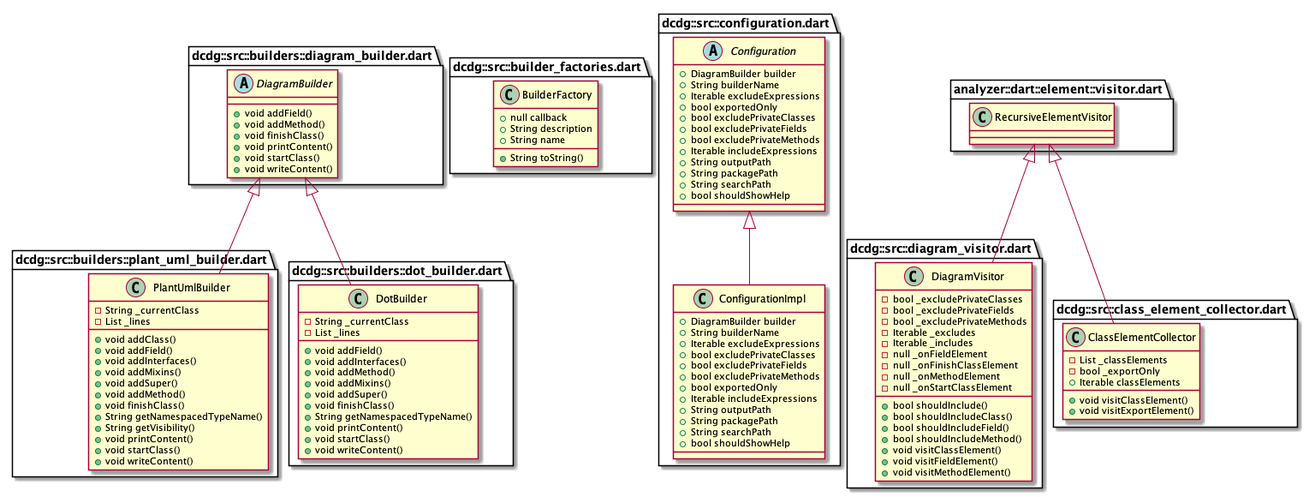
glesica/dcdg.dart keeps this PlantUML diagram as example/dcdg.png. Above is the earlier version.
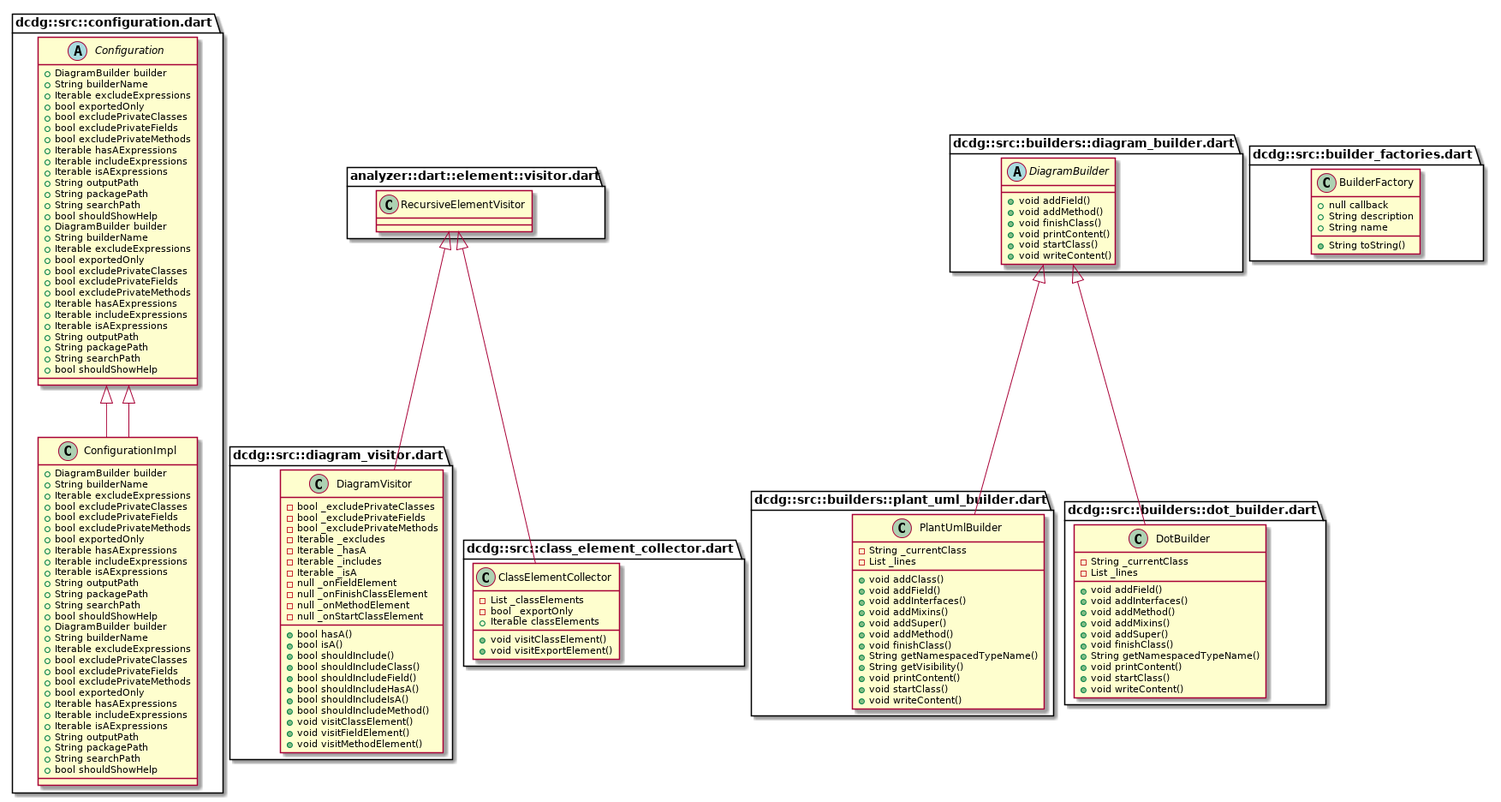
After the change.

Diff of the diagram source:
```diff
@@ -1,5 +1,111 @@
 @startuml
 set namespaceSeparator ::
+
+abstract class dcdg::src::configuration.dart::Configuration {
+  +DiagramBuilder builder
+  +String builderName
+  +Iterable excludeExpressions
+  +bool exportedOnly
+  +bool excludePrivateClasses
+  +bool excludePrivateFields
+  +bool excludePrivateMethods
+  +Iterable hasAExpressions
+  +Iterable includeExpressions
+  +Iterable isAExpressions
+  +String outputPath
+  +String packagePath
+  +String searchPath
+  +bool shouldShowHelp
+}
+
+
+
+class dcdg::src::configuration.dart::ConfigurationImpl {
+  +DiagramBuilder builder
+  +String builderName
+  +Iterable excludeExpressions
+  +bool excludePrivateClasses
+  +bool excludePrivateFields
+  +bool excludePrivateMethods
+  +bool exportedOnly
+  +Iterable hasAExpressions
+  +Iterable includeExpressions
+  +Iterable isAExpressions
+  +String outputPath
+  +String packagePath
+  +String searchPath
+  +bool shouldShowHelp
+}
+
+dcdg::src::configuration.dart::Configuration <|-- dcdg::src::configuration.dart::ConfigurationImpl
+
+
+abstract class dcdg::src::configuration.dart::Configuration {
+  +DiagramBuilder builder
+  +String builderName
+  +Iterable excludeExpressions
+  +bool exportedOnly
+  +bool excludePrivateClasses
+  +bool excludePrivateFields
+  +bool excludePrivateMethods
+  +Iterable hasAExpressions
+  +Iterable includeExpressions
+  +Iterable isAExpressions
+  +String outputPath
+  +String packagePath
+  +String searchPath
+  +bool shouldShowHelp
+}
+
+
+
+class dcdg::src::configuration.dart::ConfigurationImpl {
+  +DiagramBuilder builder
+  +String builderName
+  +Iterable excludeExpressions
+  +bool excludePrivateClasses
+  +bool excludePrivateFields
+  +bool excludePrivateMethods
+  +bool exportedOnly
+  +Iterable hasAExpressions
+  +Iterable includeExpressions
+  +Iterable isAExpressions
+  +String outputPath
+  +String packagePath
+  +String searchPath
+  +bool shouldShowHelp
+}
+
+dcdg::src::configuration.dart::Configuration <|-- dcdg::src::configuration.dart::ConfigurationImpl
+
+
+class dcdg::src::diagram_visitor.dart::DiagramVisitor {
+  -bool _excludePrivateClasses
+  -bool _excludePrivateFields
+  -bool _excludePrivateMethods
+  -Iterable _excludes
+  -Iterable _hasA
+  -Iterable _includes
+  -Iterable _isA
+  -null _onFieldElement
+  -null _onFinishClassElement
+  -null _onMethodElement
+  -null _onStartClassElement
+  +bool hasA()
+  +bool isA()
+  +bool shouldInclude()
+  +bool shouldIncludeClass()
+  +bool shouldIncludeField()
+  +bool shouldIncludeHasA()
+  +bool shouldIncludeIsA()
+  +bool shouldIncludeMethod()
+  +void visitClassElement()
+  +void visitFieldElement()
+  +void visitMethodElement()
+}
+
+analyzer::dart::element::visitor.dart::RecursiveElementVisitor <|-- dcdg::src::diagram_visitor.dart::DiagramVisitor
+
 
 class dcdg::src::builders::plant_uml_builder.dart::PlantUmlBuilder {
   -String _currentClass
@@ -59,63 +165,6 @@
 
 
 
-abstract class dcdg::src::configuration.dart::Configuration {
-  +DiagramBuilder builder
-  +String builderName
-  +Iterable excludeExpressions
-  +bool exportedOnly
-  +bool excludePrivateClasses
-  +bool excludePrivateFields
-  +bool excludePrivateMethods
-  +Iterable includeExpressions
-  +String outputPath
-  +String packagePath
-  +String searchPath
-  +bool shouldShowHelp
-}
-
-
-
-class dcdg::src::configuration.dart::ConfigurationImpl {
-  +DiagramBuilder builder
-  +String builderName
-  +Iterable excludeExpressions
-  +bool excludePrivateClasses
-  +bool excludePrivateFields
-  +bool excludePrivateMethods
-  +bool exportedOnly
-  +Iterable includeExpressions
-  +String outputPath
-  +String packagePath
-  +String searchPath
-  +bool shouldShowHelp
-}
-
-dcdg::src::configuration.dart::Configuration <|-- dcdg::src::configuration.dart::ConfigurationImpl
-
-
-class dcdg::src::diagram_visitor.dart::DiagramVisitor {
-  -bool _excludePrivateClasses
-  -bool _excludePrivateFields
-  -bool _excludePrivateMethods
-  -Iterable _excludes
-  -Iterable _includes
-  -null _onFieldElement
-  -null _onFinishClassElement
-  -null _onMethodElement
-  -null _onStartClassElement
-  +bool shouldInclude()
-  +bool shouldIncludeClass()
-  +bool shouldIncludeField()
-  +bool shouldIncludeMethod()
-  +void visitClassElement()
-  +void visitFieldElement()
-  +void visitMethodElement()
-}
-
-analyzer::dart::element::visitor.dart::RecursiveElementVisitor <|-- dcdg::src::diagram_visitor.dart::DiagramVisitor
-
-
 class dcdg::src::class_element_collector.dart::ClassElementCollector {
   -List _classElements
   -bool _exportOnly
```
